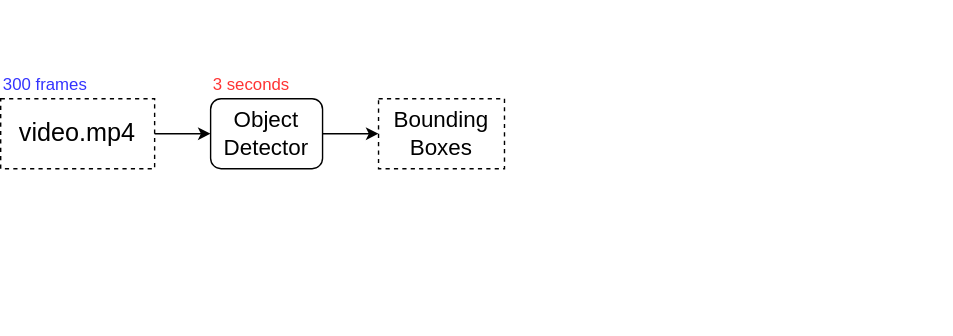
This is assets/od-pipeline-1.svg from chanwutk/slide-video-dsf-2025-reveal, a draw.io export, as it was before one commit. Source tidied: cells renumbered, new cells last; positions are measured from the earlier drawing's top-left corner, leaving out a move shared by most shapes.
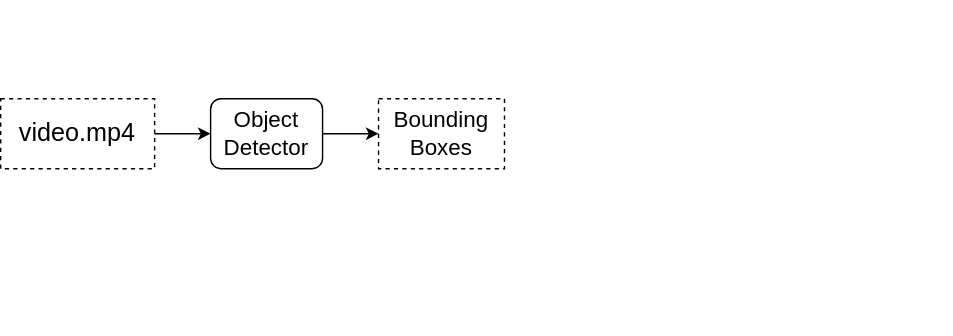
The same diagram one commit later.

What changed in the source:
```diff
@@ -20,11 +20,5 @@
     <mxCell id="7" value="&lt;font style=&quot;font-size: 16px;&quot;&gt;Bounding&lt;/font&gt;&lt;div&gt;&lt;font style=&quot;font-size: 16px;&quot;&gt;Boxes&lt;/font&gt;&lt;/div&gt;" style="rounded=0;whiteSpace=wrap;html=1;align=center;strokeColor=default;fillColor=default;dashed=1;" parent="1" vertex="1">
       <mxGeometry x="270" y="70" width="90" height="50" as="geometry" />
     </mxCell>
-    <mxCell id="8" value="300 frames" style="text;html=1;align=left;verticalAlign=middle;whiteSpace=wrap;rounded=0;fontColor=#3333FF;" parent="1" vertex="1">
-      <mxGeometry y="50" width="100" height="20" as="geometry" />
-    </mxCell>
-    <mxCell id="9" value="3 seconds" style="text;html=1;align=left;verticalAlign=middle;whiteSpace=wrap;rounded=0;fontColor=#FF3333;" parent="1" vertex="1">
-      <mxGeometry x="150" y="50" width="80" height="20" as="geometry" />
-    </mxCell>
   </root>
 </mxGraphModel>
```
